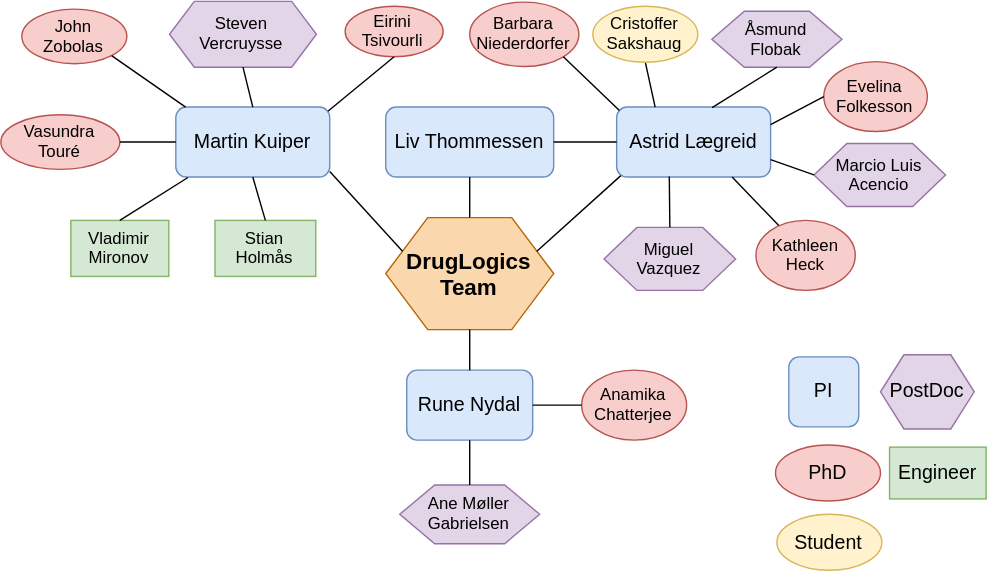
Above: img/druglogics/druglogics_org.svg in bblodfon/r-pres (draw.io), before the change. Source tidied: cells renumbered, new cells last; positions are measured from the earlier drawing's top-left corner, leaving out a move shared by most shapes.
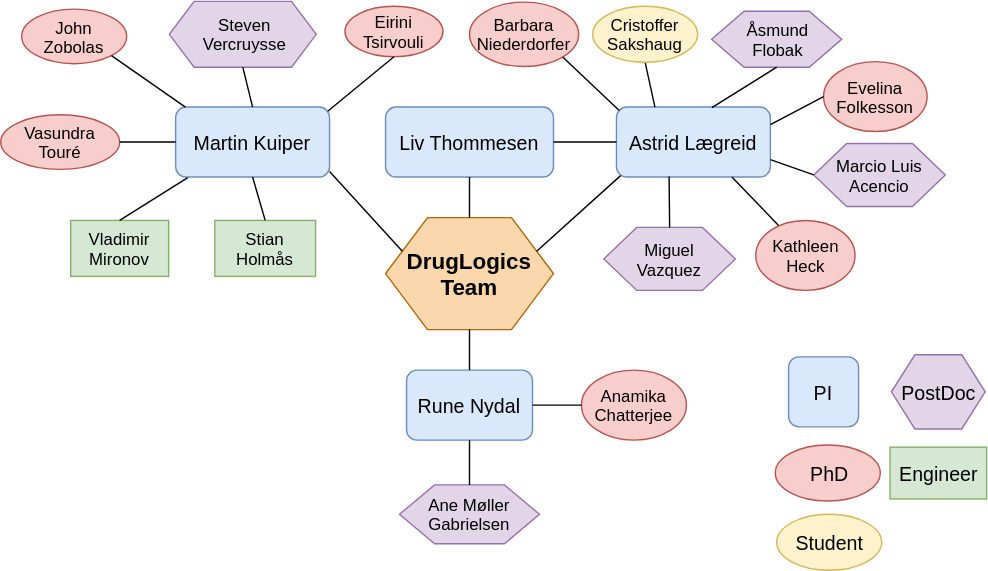
The same file after the commit.

The edit, as a diff of the source:
```diff
@@ -6,18 +6,18 @@
       <mxGeometry x="563" y="254.5" width="50" height="50" as="geometry" />
     </mxCell>
     <mxCell id="3" value="&lt;font style=&quot;font-size: 14px&quot;&gt;Engineer&lt;/font&gt;" style="rounded=0;whiteSpace=wrap;html=1;fillColor=#d5e8d4;strokeColor=#82b366;" parent="1" vertex="1">
-      <mxGeometry x="635" y="319" width="69" height="37" as="geometry" />
+      <mxGeometry x="635.5" y="319" width="69" height="37" as="geometry" />
     </mxCell>
     <mxCell id="4" value="&lt;span style=&quot;font-size: 14px&quot;&gt;PhD&lt;/span&gt;" style="ellipse;whiteSpace=wrap;html=1;fillColor=#f8cecc;strokeColor=#b85450;" parent="1" vertex="1">
       <mxGeometry x="553.5" y="317.5" width="75" height="40" as="geometry" />
     </mxCell>
     <mxCell id="5" value="&lt;font style=&quot;font-size: 14px&quot;&gt;PostDoc&lt;/font&gt;" style="shape=hexagon;perimeter=hexagonPerimeter2;whiteSpace=wrap;html=1;fillColor=#e1d5e7;strokeColor=#9673a6;" parent="1" vertex="1">
-      <mxGeometry x="628.5" y="253" width="67" height="53" as="geometry" />
+      <mxGeometry x="636.5" y="253" width="67" height="53" as="geometry" />
     </mxCell>
     <mxCell id="6" value="&lt;font style=&quot;font-size: 14px&quot;&gt;Rune Nydal&lt;/font&gt;" style="rounded=1;whiteSpace=wrap;html=1;fillColor=#dae8fc;strokeColor=#6c8ebf;" parent="1" vertex="1">
       <mxGeometry x="290" y="264" width="90" height="50" as="geometry" />
     </mxCell>
-    <mxCell id="7" value="&lt;font style=&quot;font-size: 14px&quot;&gt;Liv Thommessen&lt;/font&gt;" style="rounded=1;whiteSpace=wrap;html=1;fillColor=#dae8fc;strokeColor=#6c8ebf;" parent="1" vertex="1">
+    <mxCell id="7" value="&lt;font style=&quot;font-size: 14px&quot;&gt;Liv Thommesen&lt;/font&gt;" style="rounded=1;whiteSpace=wrap;html=1;fillColor=#dae8fc;strokeColor=#6c8ebf;" parent="1" vertex="1">
       <mxGeometry x="275" y="76" width="120" height="50" as="geometry" />
     </mxCell>
     <mxCell id="8" value="&lt;font style=&quot;font-size: 14px&quot;&gt;Astrid&amp;nbsp;Lægreid&lt;/font&gt;" style="rounded=1;whiteSpace=wrap;html=1;fillColor=#dae8fc;strokeColor=#6c8ebf;" parent="1" vertex="1">
@@ -53,7 +53,7 @@
     <mxCell id="18" value="&lt;span style=&quot;font-size: 12px;&quot;&gt;Vasundra Touré&lt;/span&gt;&lt;span style=&quot;font-size: 12px;&quot;&gt;&lt;br style=&quot;font-size: 12px;&quot;&gt;&lt;/span&gt;" style="ellipse;whiteSpace=wrap;html=1;fillColor=#f8cecc;strokeColor=#b85450;fontSize=12;" parent="1" vertex="1">
       <mxGeometry y="81.5" width="85" height="39" as="geometry" />
     </mxCell>
-    <mxCell id="19" value="&lt;span style=&quot;font-size: 12px&quot;&gt;Eirini &lt;br&gt;Tsivourli&lt;/span&gt;&lt;span style=&quot;font-size: 12px&quot;&gt;&lt;br style=&quot;font-size: 12px&quot;&gt;&lt;/span&gt;" style="ellipse;whiteSpace=wrap;html=1;fillColor=#f8cecc;strokeColor=#b85450;fontSize=12;" parent="1" vertex="1">
+    <mxCell id="19" value="&lt;span style=&quot;font-size: 12px&quot;&gt;Eirini &lt;br&gt;Tsirvouli&lt;/span&gt;&lt;span style=&quot;font-size: 12px&quot;&gt;&lt;br style=&quot;font-size: 12px&quot;&gt;&lt;/span&gt;" style="ellipse;whiteSpace=wrap;html=1;fillColor=#f8cecc;strokeColor=#b85450;fontSize=12;" parent="1" vertex="1">
       <mxGeometry x="246" y="4" width="70" height="36" as="geometry" />
     </mxCell>
     <mxCell id="20" value="&lt;span style=&quot;font-size: 12px;&quot;&gt;Barbara Niederdorfer&lt;/span&gt;&lt;span style=&quot;font-size: 12px;&quot;&gt;&lt;br style=&quot;font-size: 12px;&quot;&gt;&lt;/span&gt;" style="ellipse;whiteSpace=wrap;html=1;fillColor=#f8cecc;strokeColor=#b85450;fontSize=12;" parent="1" vertex="1">
```
